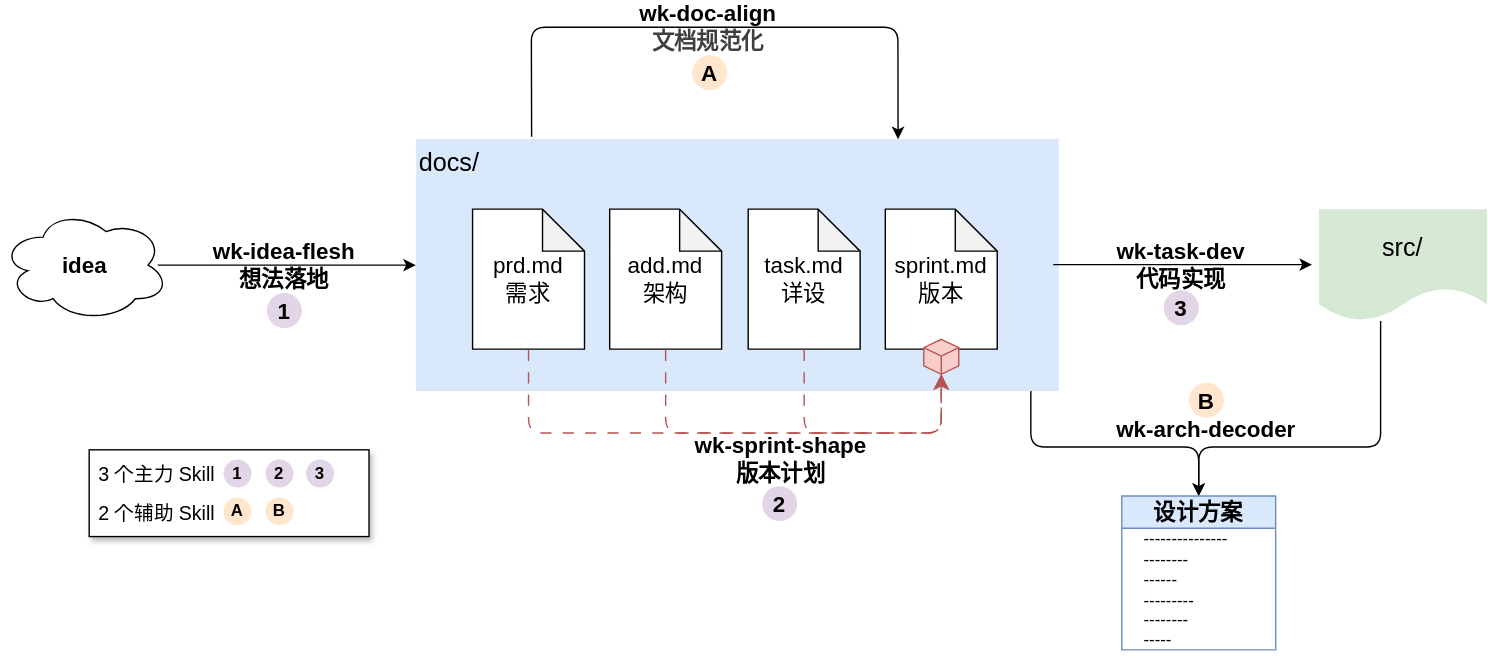
Above: dev.drawio.svg in wkevin/skills (draw.io), before the change. Source tidied: cells renumbered, new cells last; positions are measured from the earlier drawing's top-left corner, leaving out a move shared by most shapes.
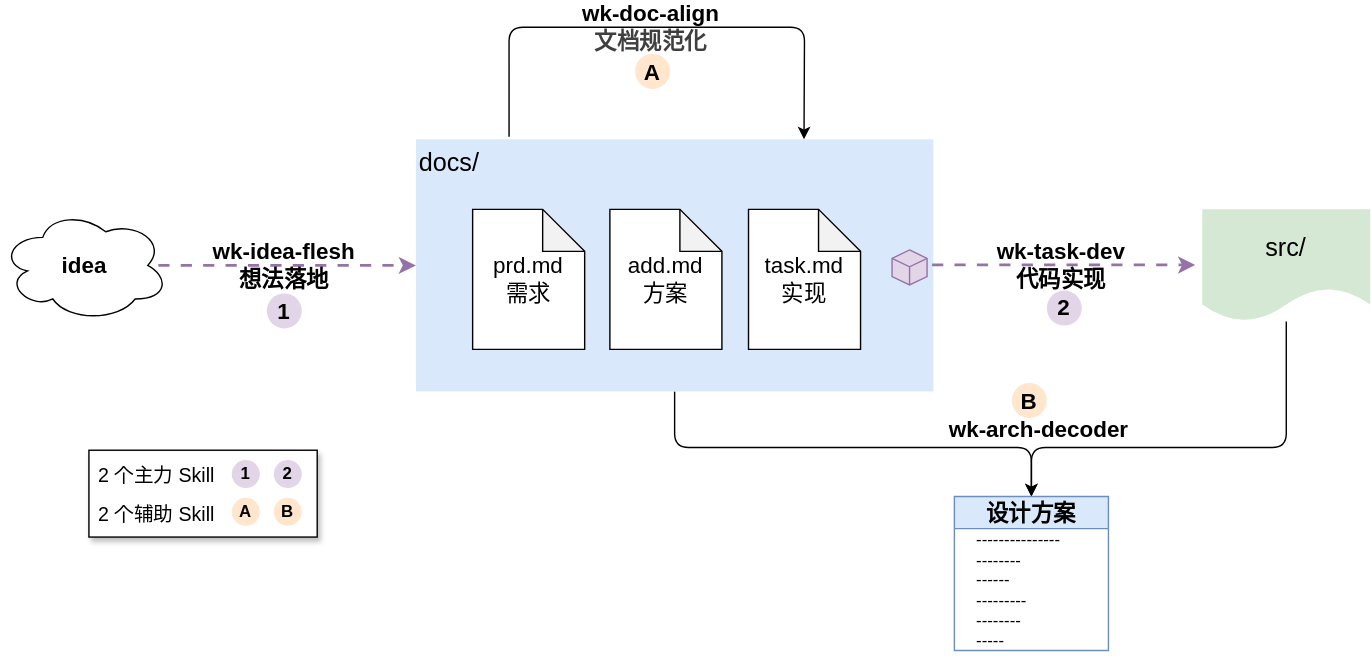
After the commit.

Change to the diagram source:
```diff
@@ -3,33 +3,29 @@
     <mxCell id="0" />
     <mxCell id="1" parent="0" />
     <mxCell id="2" style="rounded=0;whiteSpace=wrap;html=1;shadow=1;" parent="1" vertex="1">
-      <mxGeometry x="63" y="302" width="200" height="62" as="geometry" />
+      <mxGeometry x="63" y="302" width="163" height="62" as="geometry" />
     </mxCell>
     <mxCell id="3" style="edgeStyle=orthogonalEdgeStyle;html=1;entryX=0.5;entryY=0;entryDx=0;entryDy=0;" parent="1" edge="1" source="4" target="19">
       <mxGeometry relative="1" as="geometry">
         <Array as="points">
+          <mxPoint x="481" y="300" />
           <mxPoint x="736" y="300" />
-          <mxPoint x="856" y="300" />
-          <mxPoint x="856" y="330" />
         </Array>
       </mxGeometry>
     </mxCell>
     <mxCell id="4" value="docs/" style="rounded=0;whiteSpace=wrap;html=1;fontSize=18;verticalAlign=top;align=left;fontStyle=0;fillColor=#dae8fc;strokeColor=none;" parent="1" vertex="1">
-      <mxGeometry x="296.5" y="80" width="459.5" height="180" as="geometry" />
+      <mxGeometry x="296.5" y="80" width="369.5" height="180" as="geometry" />
     </mxCell>
     <mxCell id="5" value="prd.md&lt;div&gt;需求&lt;/div&gt;" style="shape=note;whiteSpace=wrap;html=1;backgroundOutline=1;darkOpacity=0.05;fontSize=16;fontStyle=0;" parent="1" vertex="1">
       <mxGeometry x="337" y="130" width="80" height="100" as="geometry" />
     </mxCell>
-    <mxCell id="6" value="add.md&lt;div&gt;架构&lt;/div&gt;" style="shape=note;whiteSpace=wrap;html=1;backgroundOutline=1;darkOpacity=0.05;fontSize=16;fontStyle=0;" parent="1" vertex="1">
+    <mxCell id="6" value="add.md&lt;div&gt;方案&lt;/div&gt;" style="shape=note;whiteSpace=wrap;html=1;backgroundOutline=1;darkOpacity=0.05;fontSize=16;fontStyle=0;" parent="1" vertex="1">
       <mxGeometry x="435" y="130" width="80" height="100" as="geometry" />
     </mxCell>
-    <mxCell id="7" value="task.md&lt;div&gt;详设&lt;/div&gt;" style="shape=note;whiteSpace=wrap;html=1;backgroundOutline=1;darkOpacity=0.05;fontSize=16;fontStyle=0;" parent="1" vertex="1">
+    <mxCell id="7" value="task.md&lt;div&gt;实现&lt;/div&gt;" style="shape=note;whiteSpace=wrap;html=1;backgroundOutline=1;darkOpacity=0.05;fontSize=16;fontStyle=0;" parent="1" vertex="1">
       <mxGeometry x="534" y="130" width="80" height="100" as="geometry" />
     </mxCell>
-    <mxCell id="8" value="sprint.md&lt;div&gt;版本&lt;/div&gt;" style="shape=note;whiteSpace=wrap;html=1;backgroundOutline=1;darkOpacity=0.05;fontSize=16;fontStyle=0;" parent="1" vertex="1">
-      <mxGeometry x="632" y="130" width="80" height="100" as="geometry" />
-    </mxCell>
-    <mxCell id="9" value="wk-idea-flesh&lt;div&gt;想法落地&lt;/div&gt;" style="endArrow=classic;html=1;fontSize=16;labelBackgroundColor=none;fontStyle=1;" parent="1" edge="1" target="4">
+    <mxCell id="9" value="wk-idea-flesh&lt;div&gt;想法落地&lt;/div&gt;" style="endArrow=classic;html=1;fontSize=16;labelBackgroundColor=none;fontStyle=1;flowAnimation=1;fillColor=#e1d5e7;strokeColor=#9673a6;strokeWidth=2;" parent="1" edge="1" target="4">
       <mxGeometry x="-0.02" relative="1" as="geometry">
         <mxPoint x="112" y="170" as="sourcePoint" />
       </mxGeometry>
@@ -37,103 +33,68 @@
     <mxCell id="10" value="wk-doc-align&lt;div&gt;&lt;span style=&quot;color: rgb(63, 63, 63); background-color: transparent;&quot;&gt;文档规范化&lt;/span&gt;&lt;/div&gt;" style="endArrow=classic;html=1;fontSize=16;entryX=0.75;entryY=0;entryDx=0;entryDy=0;exitX=0.18;exitY=-0.01;exitDx=0;exitDy=0;exitPerimeter=0;labelBackgroundColor=none;fontStyle=1;" parent="1" edge="1" source="4" target="4">
       <mxGeometry x="-0.03" relative="1" as="geometry">
         <Array as="points">
-          <mxPoint x="379" />
-          <mxPoint x="641" />
+          <mxPoint x="363" />
+          <mxPoint x="574" />
         </Array>
       </mxGeometry>
     </mxCell>
     <mxCell id="11" value="idea" style="ellipse;shape=cloud;whiteSpace=wrap;html=1;fontSize=16;fontStyle=1;" parent="1" vertex="1">
       <mxGeometry y="130" width="120" height="80" as="geometry" />
     </mxCell>
-    <mxCell id="12" style="edgeStyle=segmentEdgeStyle;endArrow=classic;html=1;curved=0;rounded=1;endSize=8;startSize=8;entryX=0.5;entryY=1;entryDx=0;entryDy=0;entryPerimeter=0;exitX=0.5;exitY=1;exitDx=0;exitDy=0;exitPerimeter=0;flowAnimation=1;fillColor=#f8cecc;strokeColor=#b85450;" parent="1" edge="1" source="7" target="22">
-      <mxGeometry relative="1" as="geometry">
-        <Array as="points">
-          <mxPoint x="574" y="290" />
-          <mxPoint x="672" y="290" />
-        </Array>
-      </mxGeometry>
-    </mxCell>
-    <mxCell id="13" style="edgeStyle=segmentEdgeStyle;endArrow=classic;html=1;curved=0;rounded=1;endSize=8;startSize=8;entryX=0.5;entryY=1;entryDx=0;entryDy=0;entryPerimeter=0;exitX=0.5;exitY=1;exitDx=0;exitDy=0;exitPerimeter=0;flowAnimation=1;fillColor=#f8cecc;strokeColor=#b85450;" parent="1" edge="1" source="6" target="22">
-      <mxGeometry relative="1" as="geometry">
-        <Array as="points">
-          <mxPoint x="475" y="290" />
-          <mxPoint x="672" y="290" />
-        </Array>
-      </mxGeometry>
-    </mxCell>
-    <mxCell id="14" style="edgeStyle=segmentEdgeStyle;endArrow=classic;html=1;curved=0;rounded=1;endSize=8;startSize=8;entryX=0.5;entryY=1;entryDx=0;entryDy=0;entryPerimeter=0;exitX=0.5;exitY=1;exitDx=0;exitDy=0;exitPerimeter=0;flowAnimation=1;fillColor=#f8cecc;strokeColor=#b85450;" parent="1" edge="1" source="5" target="22">
-      <mxGeometry relative="1" as="geometry">
-        <Array as="points">
-          <mxPoint x="377" y="290" />
-          <mxPoint x="672" y="290" />
-        </Array>
-      </mxGeometry>
-    </mxCell>
-    <mxCell id="15" value="wk-sprint-shape&lt;div&gt;版本计划&lt;/div&gt;" style="text;html=1;align=center;verticalAlign=middle;strokeColor=none;fillColor=none;fontSize=16;fontStyle=1;" parent="1" vertex="1">
-      <mxGeometry x="487" y="284" width="140" height="50" as="geometry" />
-    </mxCell>
-    <mxCell id="16" value="wk-task-dev&lt;div&gt;代码实现&lt;/div&gt;" style="endArrow=classic;html=1;fontSize=16;labelBackgroundColor=none;fontStyle=1;" parent="1" edge="1">
+    <mxCell id="16" value="wk-task-dev&lt;div&gt;代码实现&lt;/div&gt;" style="endArrow=classic;html=1;fontSize=16;labelBackgroundColor=none;fontStyle=1;exitX=0.996;exitY=0.498;exitDx=0;exitDy=0;exitPerimeter=0;flowAnimation=1;fillColor=#e1d5e7;strokeColor=#9673a6;strokeWidth=2;" parent="1" edge="1" source="4">
       <mxGeometry x="-0.02" relative="1" as="geometry">
-        <mxPoint x="752" y="169.7" as="sourcePoint" />
-        <mxPoint x="937" y="169.7" as="targetPoint" />
+        <mxPoint x="853" y="169.7" as="targetPoint" />
       </mxGeometry>
     </mxCell>
     <mxCell id="17" style="edgeStyle=orthogonalEdgeStyle;html=1;entryX=0.5;entryY=0;entryDx=0;entryDy=0;" parent="1" edge="1" source="18" target="19">
       <mxGeometry relative="1" as="geometry">
         <Array as="points">
-          <mxPoint x="986" y="300" />
-          <mxPoint x="856" y="300" />
-          <mxPoint x="856" y="330" />
+          <mxPoint x="918" y="300" />
+          <mxPoint x="736" y="300" />
         </Array>
       </mxGeometry>
     </mxCell>
     <mxCell id="18" value="src/" style="shape=document;whiteSpace=wrap;html=1;boundedLbl=1;fontSize=18;fontStyle=0;fillColor=#d5e8d4;strokeColor=none;" parent="1" vertex="1">
-      <mxGeometry x="942" y="130" width="120" height="80" as="geometry" />
+      <mxGeometry x="858" y="130" width="120" height="80" as="geometry" />
     </mxCell>
     <mxCell id="19" value="设计方案" style="swimlane;whiteSpace=wrap;html=1;fillColor=#dae8fc;strokeColor=#6c8ebf;fontSize=16;" parent="1" vertex="1">
-      <mxGeometry x="801" y="335" width="110" height="110" as="geometry" />
+      <mxGeometry x="681" y="335" width="110" height="110" as="geometry" />
     </mxCell>
     <mxCell id="20" value="---------------&lt;div&gt;&amp;nbsp; &amp;nbsp;--------&lt;/div&gt;&lt;div&gt;&amp;nbsp; &amp;nbsp;------&lt;/div&gt;&lt;div&gt;&amp;nbsp; &amp;nbsp; &amp;nbsp; ---------&lt;/div&gt;&lt;div&gt;--------&lt;/div&gt;&lt;div&gt;&amp;nbsp; &amp;nbsp;-----&lt;/div&gt;" style="text;html=1;align=left;verticalAlign=middle;strokeColor=none;fillColor=none;" parent="19" vertex="1">
       <mxGeometry x="14" y="17" width="80" height="100" as="geometry" />
     </mxCell>
     <mxCell id="21" value="wk-arch-decoder" style="text;html=1;align=center;verticalAlign=middle;strokeColor=none;fillColor=none;fontSize=16;fontStyle=1;" parent="1" vertex="1">
-      <mxGeometry x="791" y="272" width="140" height="30" as="geometry" />
+      <mxGeometry x="671" y="272" width="140" height="30" as="geometry" />
     </mxCell>
-    <mxCell id="22" style="html=1;whiteSpace=wrap;shape=isoCube2;backgroundOutline=1;isoAngle=15;fillColor=#f8cecc;strokeColor=#b85450;" parent="1" vertex="1">
-      <mxGeometry x="659.5" y="223" width="25" height="25" as="geometry" />
+    <mxCell id="22" style="html=1;whiteSpace=wrap;shape=isoCube2;backgroundOutline=1;isoAngle=15;fillColor=#e1d5e7;strokeColor=#9673a6;" parent="1" vertex="1">
+      <mxGeometry x="636.5" y="159" width="25" height="25" as="geometry" />
     </mxCell>
     <mxCell id="23" value="1" style="ellipse;whiteSpace=wrap;html=1;fillColor=#e1d5e7;strokeColor=none;fontStyle=1;fontSize=16;" parent="1" vertex="1">
       <mxGeometry x="190" y="190" width="25" height="25" as="geometry" />
     </mxCell>
-    <mxCell id="24" value="2" style="ellipse;whiteSpace=wrap;html=1;fillColor=#e1d5e7;strokeColor=none;fontStyle=1;fontSize=16;spacing=0;" parent="1" vertex="1">
-      <mxGeometry x="544" y="328" width="25" height="25" as="geometry" />
-    </mxCell>
-    <mxCell id="25" value="3" style="ellipse;whiteSpace=wrap;html=1;fillColor=#e1d5e7;strokeColor=none;fontStyle=1;fontSize=16;spacing=0;" parent="1" vertex="1">
-      <mxGeometry x="831" y="188" width="25" height="25" as="geometry" />
+    <mxCell id="25" value="2" style="ellipse;whiteSpace=wrap;html=1;fillColor=#e1d5e7;strokeColor=none;fontStyle=1;fontSize=16;spacing=0;" parent="1" vertex="1">
+      <mxGeometry x="747" y="188" width="25" height="25" as="geometry" />
     </mxCell>
     <mxCell id="26" value="A" style="ellipse;whiteSpace=wrap;html=1;fillColor=#ffe6cc;strokeColor=none;fontStyle=1;fontSize=16;spacing=0;" parent="1" vertex="1">
-      <mxGeometry x="494" y="20" width="25" height="25" as="geometry" />
+      <mxGeometry x="453" y="19" width="25" height="25" as="geometry" />
     </mxCell>
     <mxCell id="27" value="B" style="ellipse;whiteSpace=wrap;html=1;fillColor=#ffe6cc;strokeColor=none;fontStyle=1;fontSize=16;spacing=0;" parent="1" vertex="1">
-      <mxGeometry x="849" y="254" width="25" height="25" as="geometry" />
+      <mxGeometry x="722" y="254" width="25" height="25" as="geometry" />
     </mxCell>
-    <mxCell id="28" value="&lt;div style=&quot;line-height: 200%;&quot;&gt;3 个主力 Skill&lt;div&gt;&lt;div&gt;2 个辅助 Skill&lt;/div&gt;&lt;/div&gt;&lt;/div&gt;" style="text;html=1;align=center;verticalAlign=middle;strokeColor=none;fillColor=none;fontSize=14;fontStyle=0;" parent="1" vertex="1">
+    <mxCell id="28" value="&lt;div style=&quot;line-height: 200%;&quot;&gt;2 个主力 Skill&lt;div&gt;&lt;div&gt;2 个辅助 Skill&lt;/div&gt;&lt;/div&gt;&lt;/div&gt;" style="text;html=1;align=center;verticalAlign=middle;strokeColor=none;fillColor=none;fontSize=14;fontStyle=0;" parent="1" vertex="1">
       <mxGeometry x="56" y="298" width="110" height="70" as="geometry" />
     </mxCell>
     <mxCell id="29" value="1" style="ellipse;whiteSpace=wrap;html=1;fillColor=#e1d5e7;strokeColor=none;fontStyle=1;fontSize=12;" parent="1" vertex="1">
-      <mxGeometry x="159" y="309" width="20" height="20" as="geometry" />
+      <mxGeometry x="165" y="309" width="20" height="20" as="geometry" />
     </mxCell>
     <mxCell id="30" value="A" style="ellipse;whiteSpace=wrap;html=1;fillColor=#ffe6cc;strokeColor=none;fontStyle=1;fontSize=12;spacing=0;" parent="1" vertex="1">
-      <mxGeometry x="159" y="336" width="20" height="20" as="geometry" />
+      <mxGeometry x="165" y="336" width="20" height="20" as="geometry" />
     </mxCell>
     <mxCell id="31" value="B" style="ellipse;whiteSpace=wrap;html=1;fillColor=#ffe6cc;strokeColor=none;fontStyle=1;fontSize=12;spacing=0;" parent="1" vertex="1">
-      <mxGeometry x="189" y="336" width="20" height="20" as="geometry" />
+      <mxGeometry x="195" y="336" width="20" height="20" as="geometry" />
     </mxCell>
     <mxCell id="32" value="2" style="ellipse;whiteSpace=wrap;html=1;fillColor=#e1d5e7;strokeColor=none;fontStyle=1;fontSize=12;" parent="1" vertex="1">
-      <mxGeometry x="189" y="309" width="20" height="20" as="geometry" />
+      <mxGeometry x="195" y="309" width="20" height="20" as="geometry" />
     </mxCell>
-    <mxCell id="33" value="3" style="ellipse;whiteSpace=wrap;html=1;fillColor=#e1d5e7;strokeColor=none;fontStyle=1;fontSize=12;" parent="1" vertex="1">
-      <mxGeometry x="218" y="309" width="20" height="20" as="geometry" />
-    </mxCell>
   </root>
 </mxGraphModel>
```
